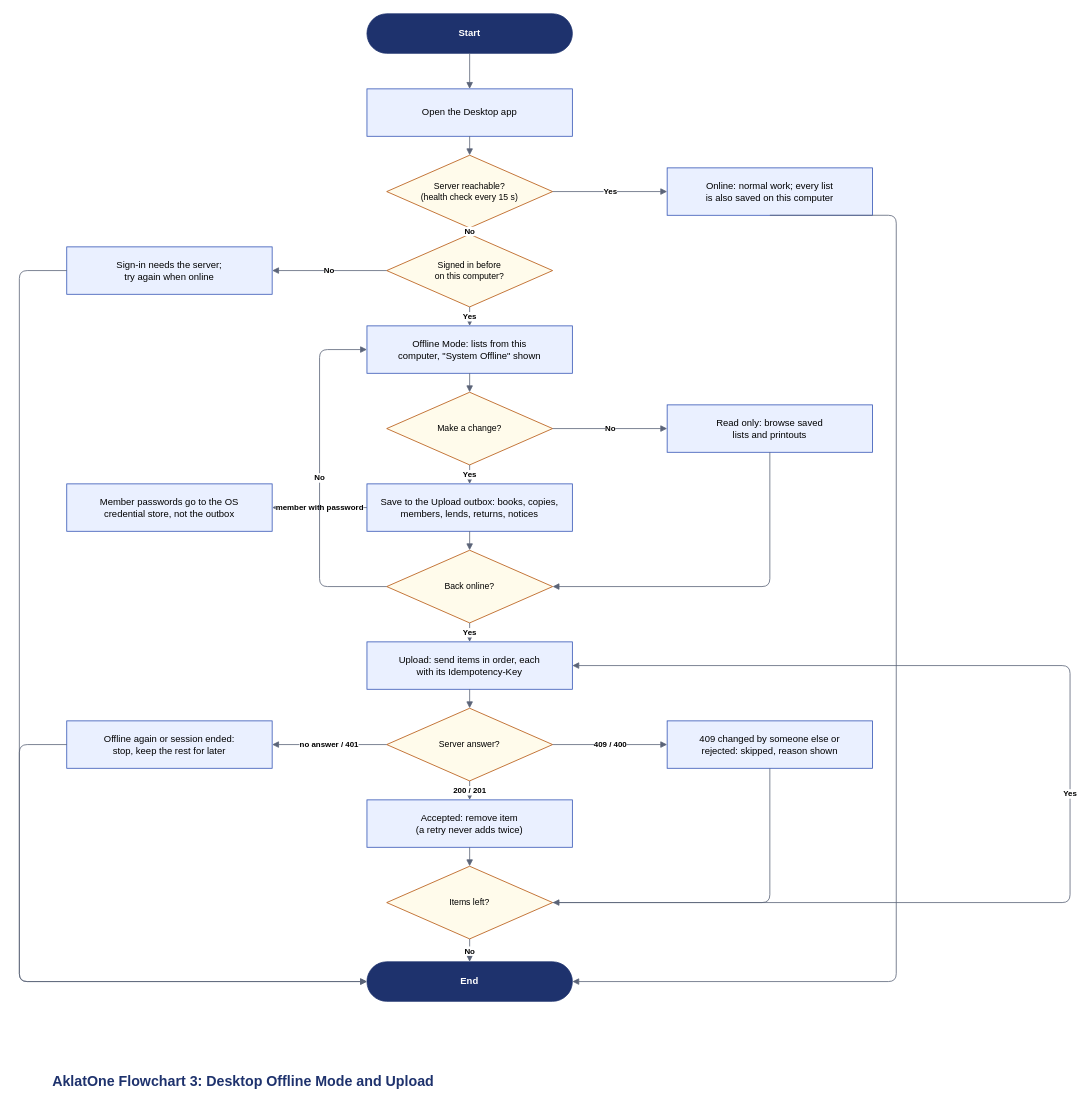
The draw.io diagram page "Flowchart 3 - Desktop Offline and Upload" (3 of 5) of docs/diagrams/AklatOne-Flowchart.drawio in Flynchmore/TNHS-AklatOne, before the edit. Source tidied: cells renumbered, new cells numbered last; positions are measured from the earlier drawing's top-left corner, leaving out a move shared by most shapes. Both pictures are drawn from the tidied source at 79%, with x=0, y=0 at pixel (19, 13).
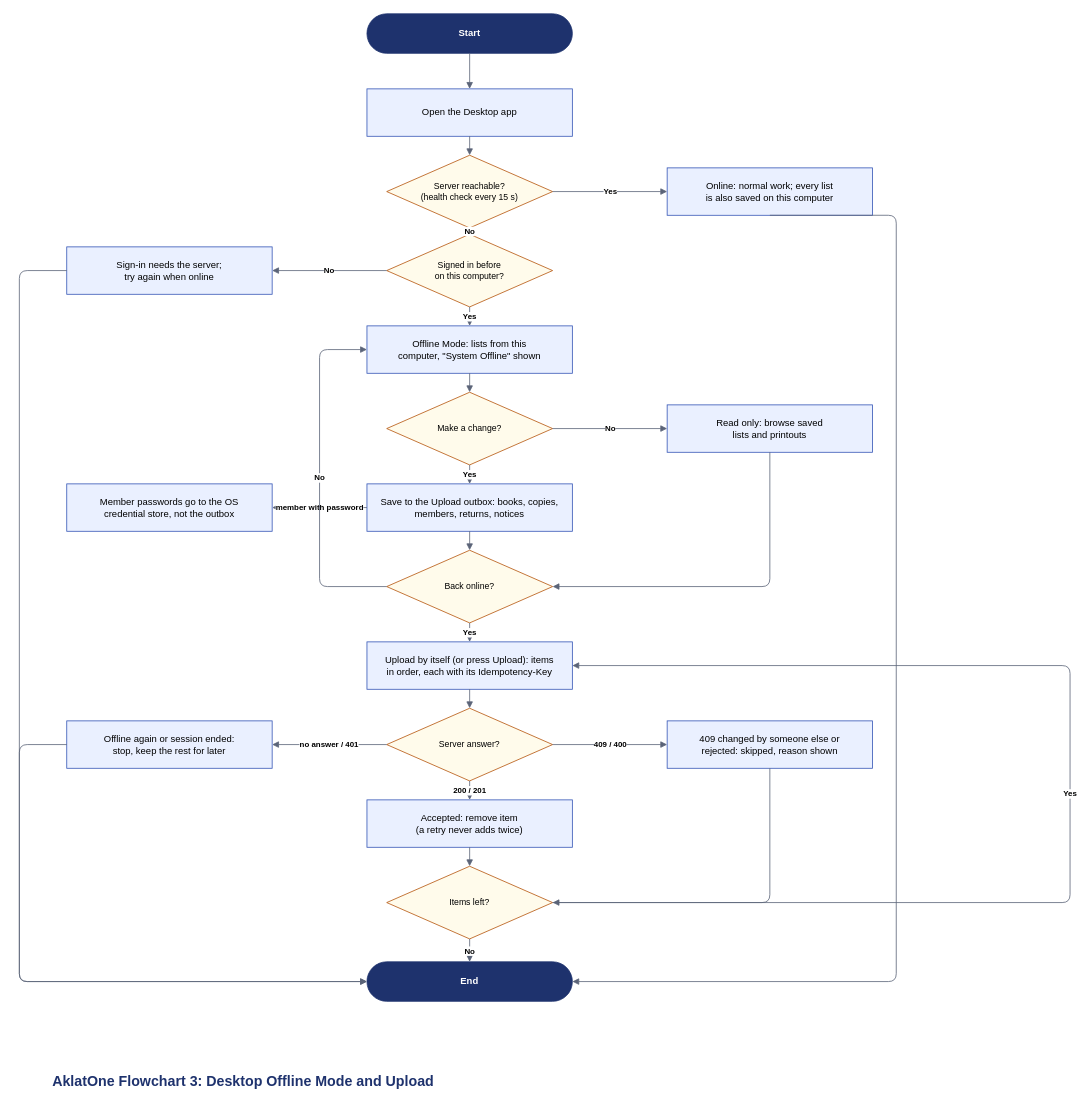
The same page after the edit.

Change to the diagram source:
```diff
@@
-    <mxCell id="11" value="Save to the Upload outbox: books, copies,&lt;br&gt;members, lends, returns, notices" style="rounded=0;whiteSpace=wrap;html=1;fillColor=#EAF0FF;strokeColor=#3354B5;fontSize=12;" parent="1" vertex="1">
+    <mxCell id="11" value="Save to the Upload outbox: books, copies,&lt;br&gt;members, returns, notices" style="rounded=0;whiteSpace=wrap;html=1;fillColor=#EAF0FF;strokeColor=#3354B5;fontSize=12;" parent="1" vertex="1">
       <mxGeometry x="440" y="595" width="260" height="60" as="geometry" />
     </mxCell>
@@
-    <mxCell id="14" value="Upload: send items in order, each&lt;br&gt;with its Idempotency-Key" style="rounded=0;whiteSpace=wrap;html=1;fillColor=#EAF0FF;strokeColor=#3354B5;fontSize=12;" parent="1" vertex="1">
+    <mxCell id="14" value="Upload by itself (or press Upload): items&lt;br&gt;in order, each with its Idempotency-Key" style="rounded=0;whiteSpace=wrap;html=1;fillColor=#EAF0FF;strokeColor=#3354B5;fontSize=12;" parent="1" vertex="1">
       <mxGeometry x="440" y="795" width="260" height="60" as="geometry" />
     </mxCell>
```
